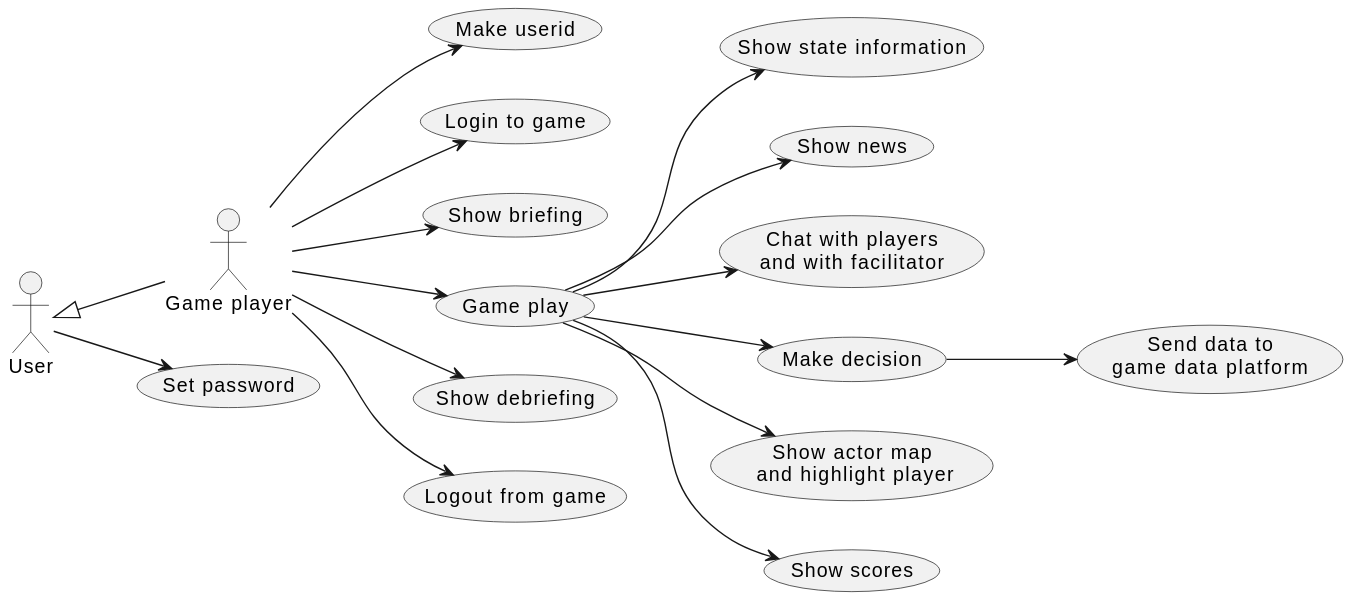
Earlier version of the PlantUML export doc/1-use-cases/diagrams/game-play.svg (averbraeck/gscg-design).
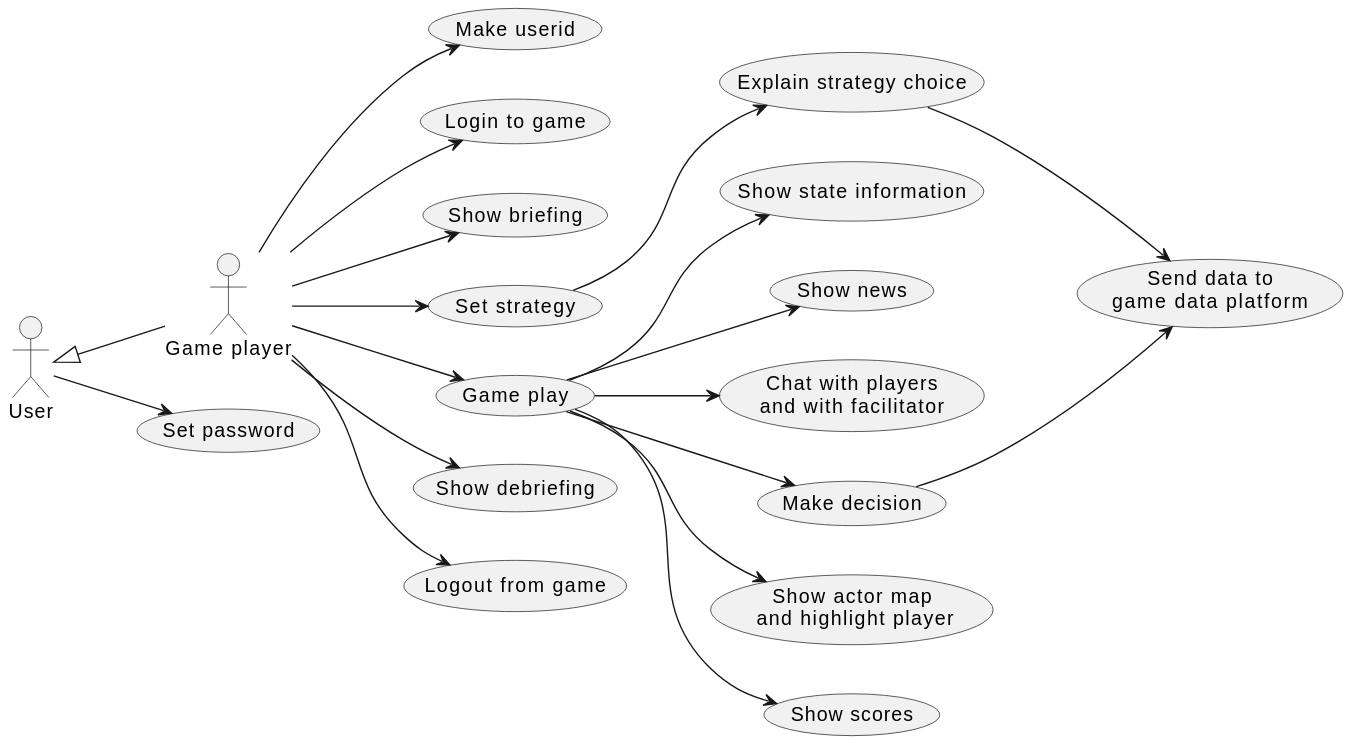
After the change.

What changed in the source:
```diff
@@ -8,8 +8,11 @@
 
 GP --> (Make userid)
 GP --> (Login to game)
+GP --> (Show briefing)
 
-GP --> (Show briefing)
+GP --> (Set strategy)
+(Set strategy) --> (Explain strategy choice)
+(Explain strategy choice) --> (Send data to\ngame data platform)
 
 GP --> (Game play)
 (Game play) --> (Show state information)
```
